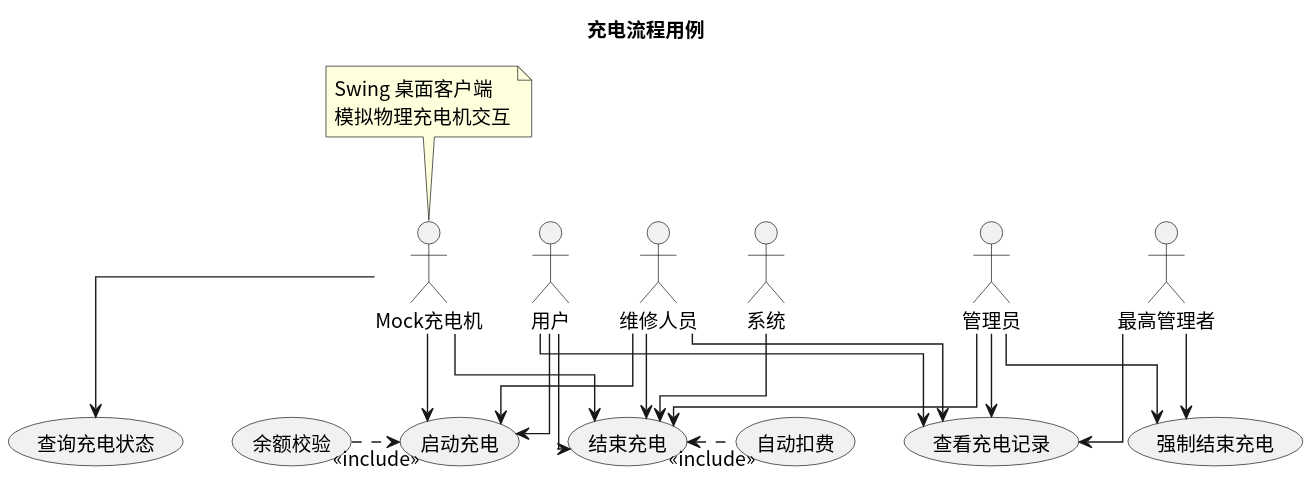
Earlier version of the PlantUML export usecase/docs/backend/img/charging_flow.svg (greenhandzdl/charging-station-doc).
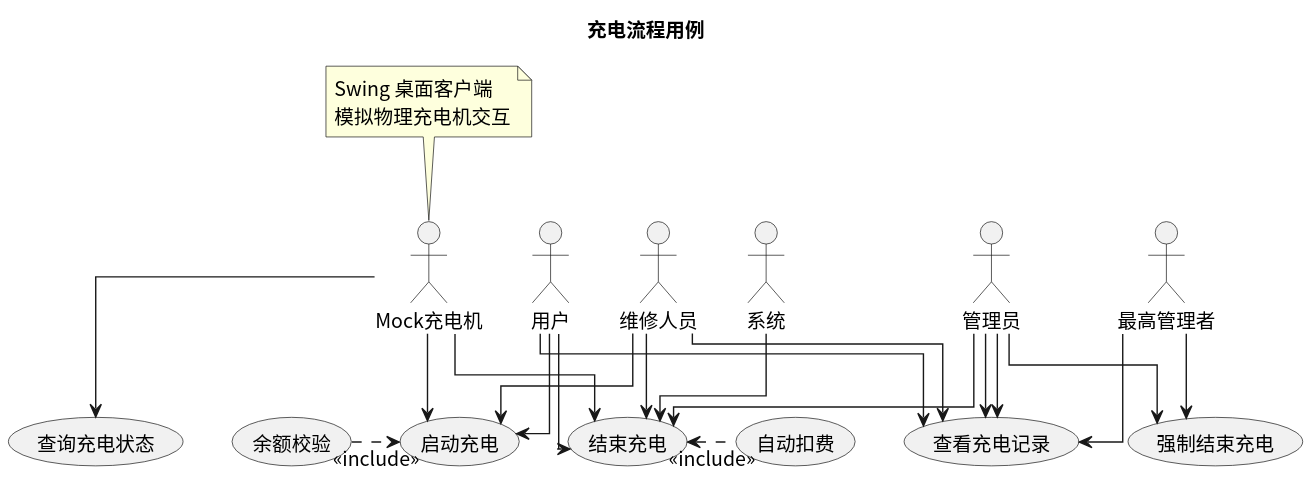
After the commit.

What changed in the source:
```diff
@@ -25,6 +25,7 @@
 M --> 启动充电
 M --> 结束充电
 M --> 查看充电记录
+A --> 查看充电记录
 A --> 强制结束充电
 A --> 结束充电
 A --> 查看充电记录
```
